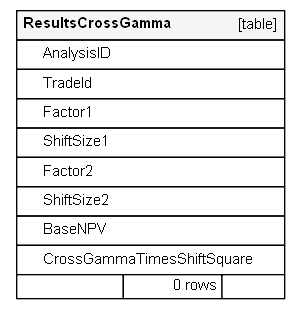
This is docs/schemaDoc/diagrams/orphans/ResultsCrossGamma.1degree.png from rkapl123/OreControl, a Graphviz export, as it was before one commit. Its source is kept beside it as docs/schemaDoc/diagrams/orphans/ResultsCrossGamma.1degree.dot.
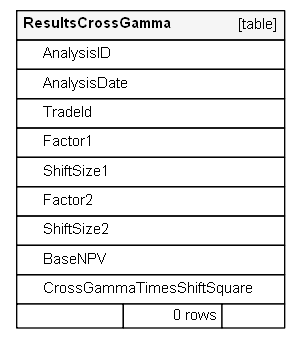
After the change.

Change to the diagram source:
```diff
@@ -21,6 +21,7 @@
     <TABLE BORDER="0" CELLBORDER="1" CELLSPACING="0" BGCOLOR="#ffffff">
       <TR><TD COLSPAN="3"  BGCOLOR="#f5f5f5"><TABLE BORDER="0" CELLSPACING="0"><TR><TD ALIGN="LEFT"><B>ResultsCrossGamma</B></TD><TD ALIGN="RIGHT">[table]</TD></TR></TABLE></TD></TR>
       <TR><TD PORT="AnalysisID" COLSPAN="3" ALIGN="LEFT"><TABLE BORDER="0" CELLSPACING="0" ALIGN="LEFT"><TR ALIGN="LEFT"><TD ALIGN="LEFT" FIXEDSIZE="TRUE" WIDTH="15" HEIGHT="16"></TD><TD ALIGN="LEFT" FIXEDSIZE="TRUE" WIDTH="180" HEIGHT="16">AnalysisID</TD></TR></TABLE></TD></TR>
+      <TR><TD PORT="AnalysisDate" COLSPAN="3" ALIGN="LEFT"><TABLE BORDER="0" CELLSPACING="0" ALIGN="LEFT"><TR ALIGN="LEFT"><TD ALIGN="LEFT" FIXEDSIZE="TRUE" WIDTH="15" HEIGHT="16"></TD><TD ALIGN="LEFT" FIXEDSIZE="TRUE" WIDTH="180" HEIGHT="16">AnalysisDate</TD></TR></TABLE></TD></TR>
       <TR><TD PORT="TradeId" COLSPAN="3" ALIGN="LEFT"><TABLE BORDER="0" CELLSPACING="0" ALIGN="LEFT"><TR ALIGN="LEFT"><TD ALIGN="LEFT" FIXEDSIZE="TRUE" WIDTH="15" HEIGHT="16"></TD><TD ALIGN="LEFT" FIXEDSIZE="TRUE" WIDTH="180" HEIGHT="16">TradeId</TD></TR></TABLE></TD></TR>
       <TR><TD PORT="Factor1" COLSPAN="3" ALIGN="LEFT"><TABLE BORDER="0" CELLSPACING="0" ALIGN="LEFT"><TR ALIGN="LEFT"><TD ALIGN="LEFT" FIXEDSIZE="TRUE" WIDTH="15" HEIGHT="16"></TD><TD ALIGN="LEFT" FIXEDSIZE="TRUE" WIDTH="180" HEIGHT="16">Factor1</TD></TR></TABLE></TD></TR>
       <TR><TD PORT="ShiftSize1" COLSPAN="3" ALIGN="LEFT"><TABLE BORDER="0" CELLSPACING="0" ALIGN="LEFT"><TR ALIGN="LEFT"><TD ALIGN="LEFT" FIXEDSIZE="TRUE" WIDTH="15" HEIGHT="16"></TD><TD ALIGN="LEFT" FIXEDSIZE="TRUE" WIDTH="180" HEIGHT="16">ShiftSize1</TD></TR></TABLE></TD></TR>
```
